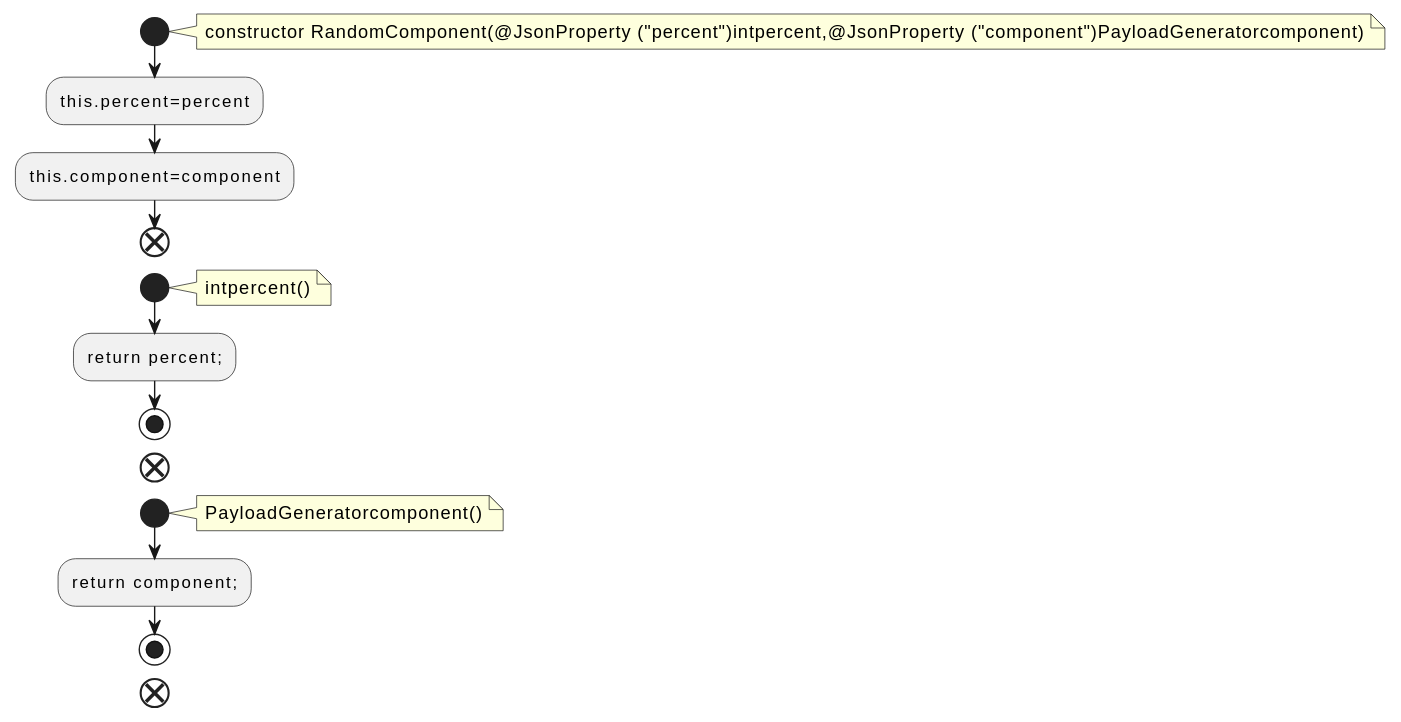
Earlier version of the PlantUML export docs/qc/trogdor/src/main/java/org/apache/kafka/trogdor/workload/RandomComponent.java.fct.svg (qualitesys/kafka).
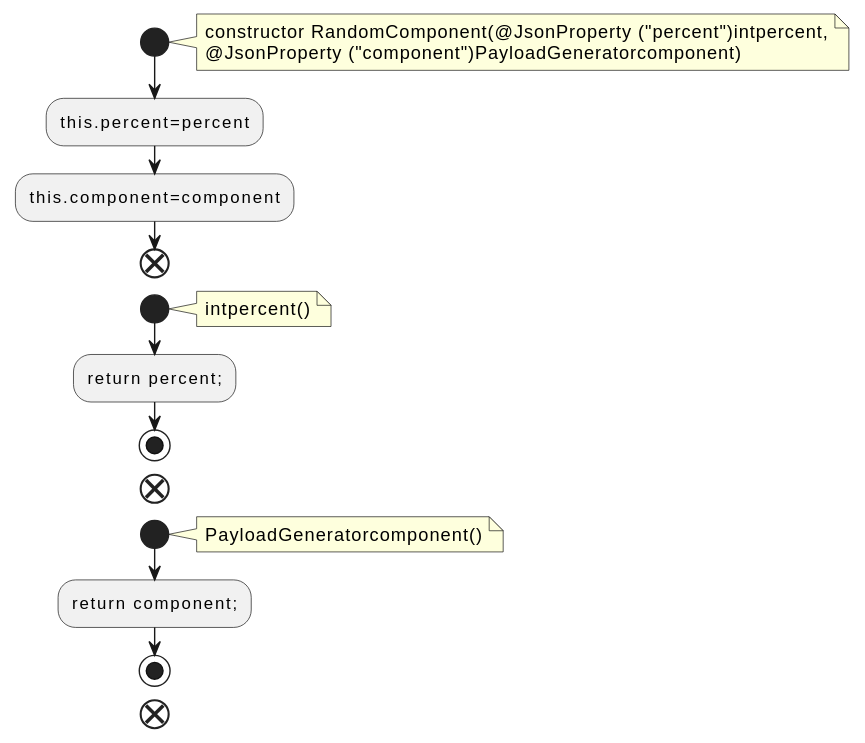
Above is the later version.

Diff of the diagram source:
```diff
@@ -2,7 +2,8 @@
 !pragma layout smetana
 start
 note right
-constructor RandomComponent(@JsonProperty ("percent")intpercent,@JsonProperty ("component")PayloadGeneratorcomponent)
+constructor RandomComponent(@JsonProperty ("percent")intpercent,
+@JsonProperty ("component")PayloadGeneratorcomponent)
 end note
 :this.percent=percent;
 :this.component=component;
```
